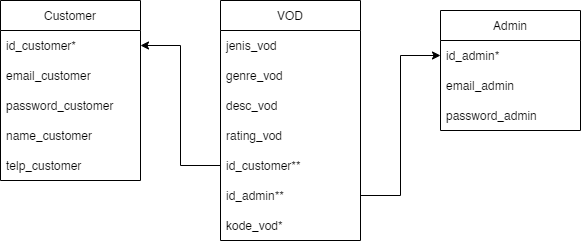
Before: public/Assets/image/schemadatabase.png, a diagram exported from draw.io (praktikum-tiunpad-2021/proyek-web-xxxojrxxx). Source tidied: cells renumbered, new cells last; positions are measured from the earlier drawing's top-left corner, leaving out a move shared by most shapes.
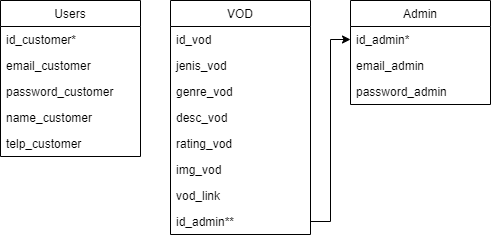
The same file after the commit.

The edit, as a diff of the source:
```diff
@@ -2,64 +2,64 @@
   <root>
     <mxCell id="0" />
     <mxCell id="1" parent="0" />
-    <mxCell id="2" value="Customer" style="swimlane;fontStyle=0;horizontal=1;startSize=30;" parent="1" vertex="1">
-      <mxGeometry width="140" height="180" as="geometry" />
-    </mxCell>
+    <mxCell id="22" value="Users" style="swimlane;fontStyle=0;horizontal=1;startSize=26;" parent="1" vertex="1">
+      <mxGeometry x="50" y="480" width="140" height="156" as="geometry" />
+    </mxCell>
-    <mxCell id="3" value="id_customer*" style="text;strokeColor=none;fillColor=none;align=left;verticalAlign=middle;spacingLeft=4;spacingRight=4;overflow=hidden;" parent="2" vertex="1">
-      <mxGeometry y="30" width="140" height="30" as="geometry" />
+    <mxCell id="3" value="id_customer*" style="text;strokeColor=none;fillColor=none;align=left;verticalAlign=top;spacingLeft=4;spacingRight=4;overflow=hidden;" parent="22" vertex="1">
+      <mxGeometry y="26" width="140" height="26" as="geometry" />
     </mxCell>
-    <mxCell id="4" value="email_customer" style="text;strokeColor=none;fillColor=none;align=left;verticalAlign=middle;spacingLeft=4;spacingRight=4;overflow=hidden;" parent="2" vertex="1">
-      <mxGeometry y="60" width="140" height="30" as="geometry" />
+    <mxCell id="4" value="email_customer" style="text;strokeColor=none;fillColor=none;align=left;verticalAlign=top;spacingLeft=4;spacingRight=4;overflow=hidden;" parent="22" vertex="1">
+      <mxGeometry y="52" width="140" height="26" as="geometry" />
     </mxCell>
-    <mxCell id="5" value="password_customer" style="text;strokeColor=none;fillColor=none;align=left;verticalAlign=middle;spacingLeft=4;spacingRight=4;overflow=hidden;" parent="2" vertex="1">
-      <mxGeometry y="90" width="140" height="30" as="geometry" />
+    <mxCell id="5" value="password_customer" style="text;strokeColor=none;fillColor=none;align=left;verticalAlign=top;spacingLeft=4;spacingRight=4;overflow=hidden;" parent="22" vertex="1">
+      <mxGeometry y="78" width="140" height="26" as="geometry" />
     </mxCell>
-    <mxCell id="6" value="name_customer" style="text;strokeColor=none;fillColor=none;align=left;verticalAlign=middle;spacingLeft=4;spacingRight=4;overflow=hidden;" parent="2" vertex="1">
-      <mxGeometry y="120" width="140" height="30" as="geometry" />
+    <mxCell id="6" value="name_customer" style="text;strokeColor=none;fillColor=none;align=left;verticalAlign=top;spacingLeft=4;spacingRight=4;overflow=hidden;" parent="22" vertex="1">
+      <mxGeometry y="104" width="140" height="26" as="geometry" />
     </mxCell>
-    <mxCell id="7" value="telp_customer" style="text;strokeColor=none;fillColor=none;align=left;verticalAlign=middle;spacingLeft=4;spacingRight=4;overflow=hidden;" parent="2" vertex="1">
-      <mxGeometry y="150" width="140" height="30" as="geometry" />
+    <mxCell id="7" value="telp_customer" style="text;strokeColor=none;fillColor=none;align=left;verticalAlign=top;spacingLeft=4;spacingRight=4;overflow=hidden;" parent="22" vertex="1">
+      <mxGeometry y="130" width="140" height="26" as="geometry" />
     </mxCell>
-    <mxCell id="8" value="Admin" style="swimlane;fontStyle=0;horizontal=1;startSize=30;" parent="1" vertex="1">
-      <mxGeometry x="440" y="10" width="140" height="120" as="geometry" />
+    <mxCell id="8" value="Admin" style="swimlane;fontStyle=0;horizontal=1;startSize=26;" parent="1" vertex="1">
+      <mxGeometry x="400" y="480" width="140" height="104" as="geometry" />
     </mxCell>
-    <mxCell id="9" value="id_admin*" style="text;strokeColor=none;fillColor=none;align=left;verticalAlign=middle;spacingLeft=4;spacingRight=4;overflow=hidden;points=[[0,0.5],[1,0.5]];portConstraint=eastwest;" parent="8" vertex="1">
-      <mxGeometry y="30" width="140" height="30" as="geometry" />
+    <mxCell id="9" value="id_admin*" style="text;strokeColor=none;fillColor=none;align=left;verticalAlign=top;spacingLeft=4;spacingRight=4;overflow=hidden;points=[[0,0.5],[1,0.5]];portConstraint=eastwest;" parent="8" vertex="1">
+      <mxGeometry y="26" width="140" height="26" as="geometry" />
     </mxCell>
-    <mxCell id="10" value="email_admin" style="text;strokeColor=none;fillColor=none;align=left;verticalAlign=middle;spacingLeft=4;spacingRight=4;overflow=hidden;" parent="8" vertex="1">
-      <mxGeometry y="60" width="140" height="30" as="geometry" />
+    <mxCell id="10" value="email_admin" style="text;strokeColor=none;fillColor=none;align=left;verticalAlign=top;spacingLeft=4;spacingRight=4;overflow=hidden;" parent="8" vertex="1">
+      <mxGeometry y="52" width="140" height="26" as="geometry" />
     </mxCell>
-    <mxCell id="11" value="password_admin" style="text;strokeColor=none;fillColor=none;align=left;verticalAlign=middle;spacingLeft=4;spacingRight=4;overflow=hidden;" parent="8" vertex="1">
-      <mxGeometry y="90" width="140" height="30" as="geometry" />
+    <mxCell id="11" value="password_admin" style="text;strokeColor=none;fillColor=none;align=left;verticalAlign=top;spacingLeft=4;spacingRight=4;overflow=hidden;" parent="8" vertex="1">
+      <mxGeometry y="78" width="140" height="26" as="geometry" />
     </mxCell>
-    <mxCell id="12" value="VOD" style="swimlane;fontStyle=0;horizontal=1;startSize=30;" parent="1" vertex="1">
-      <mxGeometry x="220" width="140" height="240" as="geometry" />
+    <mxCell id="12" value="VOD" style="swimlane;fontStyle=0;horizontal=1;startSize=26;" parent="1" vertex="1">
+      <mxGeometry x="220" y="480" width="140" height="234" as="geometry" />
     </mxCell>
+    <mxCell id="23" value="id_vod" style="text;strokeColor=none;fillColor=none;align=left;verticalAlign=top;spacingLeft=4;spacingRight=4;overflow=hidden;" parent="12" vertex="1">
+      <mxGeometry y="26" width="140" height="26" as="geometry" />
+    </mxCell>
-    <mxCell id="13" value="jenis_vod" style="text;strokeColor=none;fillColor=none;align=left;verticalAlign=middle;spacingLeft=4;spacingRight=4;overflow=hidden;" parent="12" vertex="1">
-      <mxGeometry y="30" width="140" height="30" as="geometry" />
+    <mxCell id="13" value="jenis_vod" style="text;strokeColor=none;fillColor=none;align=left;verticalAlign=top;spacingLeft=4;spacingRight=4;overflow=hidden;" parent="12" vertex="1">
+      <mxGeometry y="52" width="140" height="26" as="geometry" />
     </mxCell>
-    <mxCell id="14" value="genre_vod" style="text;strokeColor=none;fillColor=none;align=left;verticalAlign=middle;spacingLeft=4;spacingRight=4;overflow=hidden;" parent="12" vertex="1">
-      <mxGeometry y="60" width="140" height="30" as="geometry" />
+    <mxCell id="14" value="genre_vod" style="text;strokeColor=none;fillColor=none;align=left;verticalAlign=top;spacingLeft=4;spacingRight=4;overflow=hidden;" parent="12" vertex="1">
+      <mxGeometry y="78" width="140" height="26" as="geometry" />
     </mxCell>
-    <mxCell id="15" value="desc_vod" style="text;strokeColor=none;fillColor=none;align=left;verticalAlign=middle;spacingLeft=4;spacingRight=4;overflow=hidden;" parent="12" vertex="1">
-      <mxGeometry y="90" width="140" height="30" as="geometry" />
+    <mxCell id="15" value="desc_vod" style="text;strokeColor=none;fillColor=none;align=left;verticalAlign=top;spacingLeft=4;spacingRight=4;overflow=hidden;" parent="12" vertex="1">
+      <mxGeometry y="104" width="140" height="26" as="geometry" />
     </mxCell>
-    <mxCell id="16" value="rating_vod" style="text;strokeColor=none;fillColor=none;align=left;verticalAlign=middle;spacingLeft=4;spacingRight=4;overflow=hidden;" parent="12" vertex="1">
-      <mxGeometry y="120" width="140" height="30" as="geometry" />
+    <mxCell id="16" value="rating_vod" style="text;strokeColor=none;fillColor=none;align=left;verticalAlign=top;spacingLeft=4;spacingRight=4;overflow=hidden;" parent="12" vertex="1">
+      <mxGeometry y="130" width="140" height="26" as="geometry" />
     </mxCell>
-    <mxCell id="17" value="id_customer**" style="text;strokeColor=none;fillColor=none;align=left;verticalAlign=middle;spacingLeft=4;spacingRight=4;overflow=hidden;points=[[0,0.5],[1,0.5]];portConstraint=eastwest;" parent="12" vertex="1">
-      <mxGeometry y="150" width="140" height="30" as="geometry" />
-    </mxCell>
+    <mxCell id="24" value="img_vod" style="text;strokeColor=none;fillColor=none;align=left;verticalAlign=top;spacingLeft=4;spacingRight=4;overflow=hidden;" parent="12" vertex="1">
+      <mxGeometry y="156" width="140" height="26" as="geometry" />
+    </mxCell>
+    <mxCell id="25" value="vod_link" style="text;strokeColor=none;fillColor=none;align=left;verticalAlign=top;spacingLeft=4;spacingRight=4;overflow=hidden;" parent="12" vertex="1">
+      <mxGeometry y="182" width="140" height="26" as="geometry" />
+    </mxCell>
-    <mxCell id="18" value="id_admin**" style="text;strokeColor=none;fillColor=none;align=left;verticalAlign=middle;spacingLeft=4;spacingRight=4;overflow=hidden;points=[[0,0.5],[1,0.5]];portConstraint=eastwest;" parent="12" vertex="1">
-      <mxGeometry y="180" width="140" height="30" as="geometry" />
+    <mxCell id="18" value="id_admin**" style="text;strokeColor=none;fillColor=none;align=left;verticalAlign=top;spacingLeft=4;spacingRight=4;overflow=hidden;points=[[0,0.5],[1,0.5]];portConstraint=eastwest;" parent="12" vertex="1">
+      <mxGeometry y="208" width="140" height="26" as="geometry" />
     </mxCell>
-    <mxCell id="19" value="kode_vod*" style="text;strokeColor=none;fillColor=none;align=left;verticalAlign=middle;spacingLeft=4;spacingRight=4;overflow=hidden;" parent="12" vertex="1">
-      <mxGeometry y="210" width="140" height="30" as="geometry" />
-    </mxCell>
-    <mxCell id="20" style="edgeStyle=orthogonalEdgeStyle;rounded=0;jettySize=auto;html=1;entryX=1;entryY=0.25;entryDx=0;entryDy=0;" parent="1" edge="1" source="17" target="2">
-      <mxGeometry relative="1" as="geometry" />
-    </mxCell>
-    <mxCell id="21" style="edgeStyle=orthogonalEdgeStyle;rounded=0;jettySize=auto;html=1;entryX=0;entryY=0.5;entryDx=0;entryDy=0;" parent="1" edge="1" source="18" target="9">
+    <mxCell id="21" style="edgeStyle=orthogonalEdgeStyle;rounded=0;jettySize=auto;html=1;exitX=1;exitY=0.5;exitDx=0;exitDy=0;entryX=0;entryY=0.5;entryDx=0;entryDy=0;" parent="1" edge="1" source="18" target="9">
       <mxGeometry relative="1" as="geometry" />
     </mxCell>
   </root>
```
